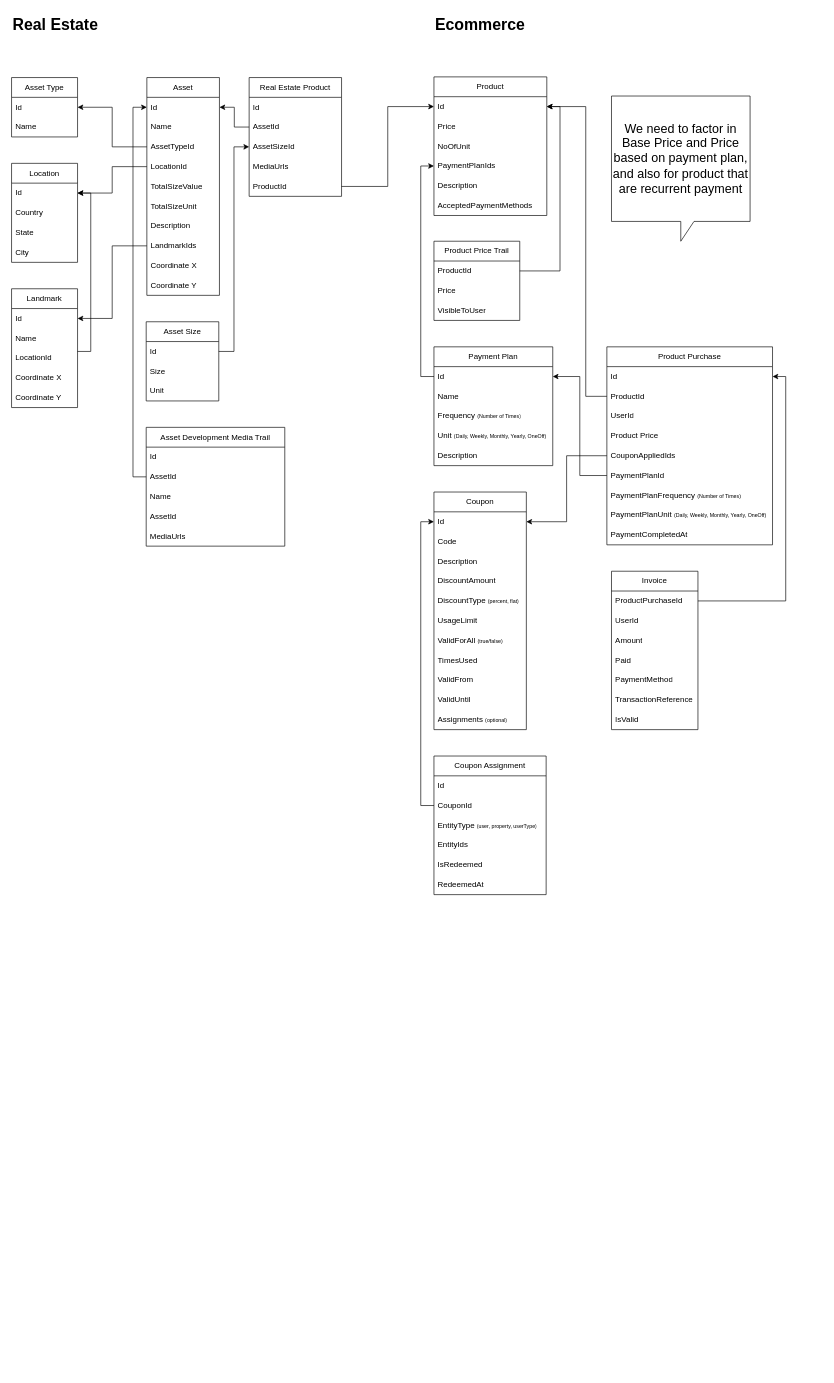
The draw.io diagram sellperty.drawio in isaac-code/diagrams, before the edit. Source tidied: cells renumbered, new cells numbered last; positions are measured from the earlier drawing's top-left corner, leaving out a move shared by most shapes. Both pictures are drawn from the tidied source at 66%, with x=0, y=0 at pixel (11, 11).
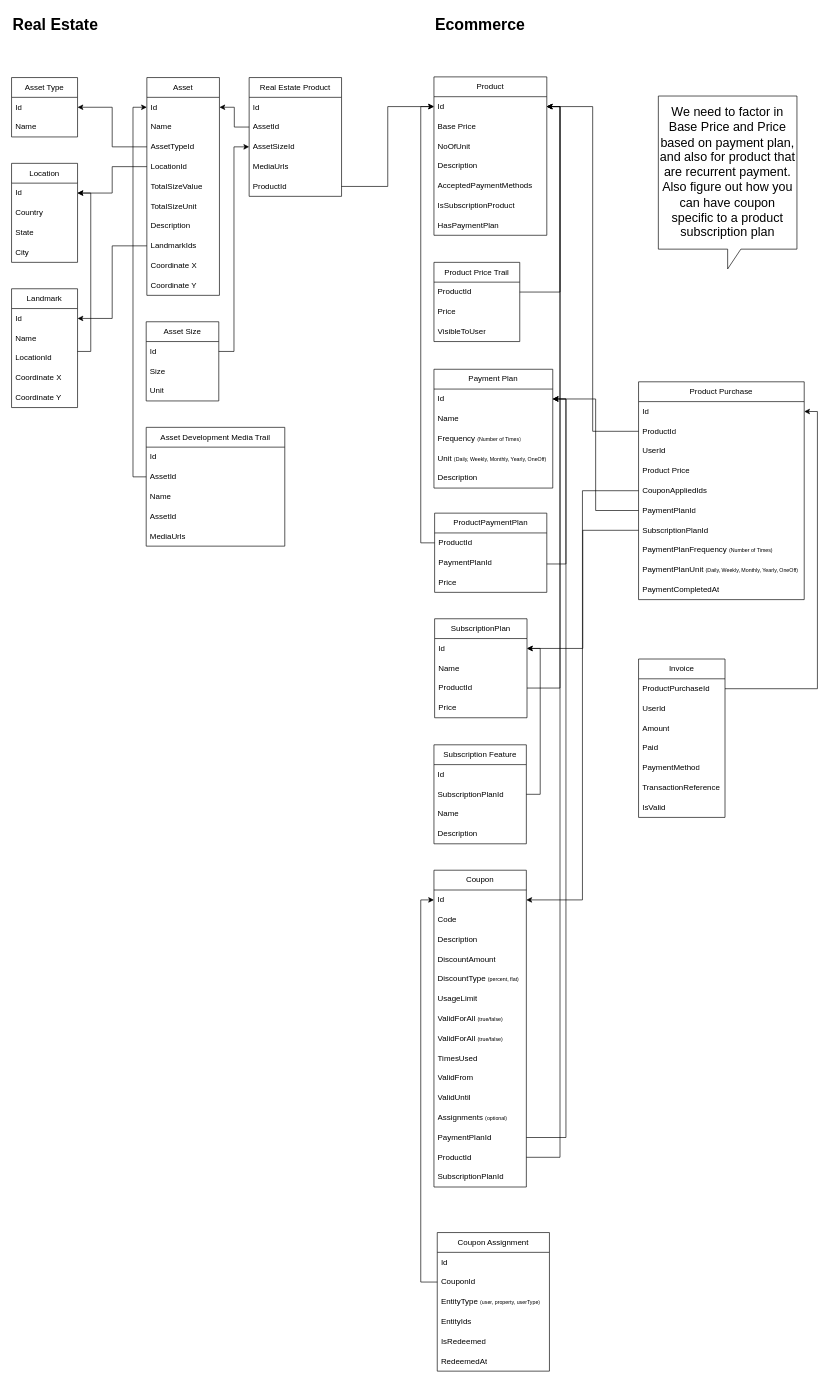
The same diagram, later.

Unchanged cells that the change refers to:
```xml
<mxCell id="32" value="Id" style="text;strokeColor=none;fillColor=none;align=left;verticalAlign=middle;spacingLeft=4;spacingRight=4;overflow=hidden;points=[[0,0.5],[1,0.5]];portConstraint=eastwest;whiteSpace=wrap;html=1;" parent="31" vertex="1">
  <mxGeometry y="30" width="171" height="30" as="geometry" />
</mxCell>
<mxCell id="39" value="Id" style="text;strokeColor=none;fillColor=none;align=left;verticalAlign=middle;spacingLeft=4;spacingRight=4;overflow=hidden;points=[[0,0.5],[1,0.5]];portConstraint=eastwest;whiteSpace=wrap;html=1;" parent="38" vertex="1">
  <mxGeometry y="30" width="180" height="30" as="geometry" />
</mxCell>
<mxCell id="54" value="ProductId" style="text;strokeColor=none;fillColor=none;align=left;verticalAlign=middle;spacingLeft=4;spacingRight=4;overflow=hidden;points=[[0,0.5],[1,0.5]];portConstraint=eastwest;whiteSpace=wrap;html=1;" parent="52" vertex="1">
  <mxGeometry y="60" width="251" height="30" as="geometry" />
</mxCell>
<mxCell id="57" value="CouponAppliedIds" style="text;strokeColor=none;fillColor=none;align=left;verticalAlign=middle;spacingLeft=4;spacingRight=4;overflow=hidden;points=[[0,0.5],[1,0.5]];portConstraint=eastwest;whiteSpace=wrap;html=1;" parent="52" vertex="1">
  <mxGeometry y="150" width="251" height="30" as="geometry" />
</mxCell>
<mxCell id="58" value="PaymentPlanId" style="text;strokeColor=none;fillColor=none;align=left;verticalAlign=middle;spacingLeft=4;spacingRight=4;overflow=hidden;points=[[0,0.5],[1,0.5]];portConstraint=eastwest;whiteSpace=wrap;html=1;" parent="52" vertex="1">
  <mxGeometry y="180" width="251" height="30" as="geometry" />
</mxCell>
<mxCell id="72" value="Id" style="text;strokeColor=none;fillColor=none;align=left;verticalAlign=middle;spacingLeft=4;spacingRight=4;overflow=hidden;points=[[0,0.5],[1,0.5]];portConstraint=eastwest;whiteSpace=wrap;html=1;" parent="71" vertex="1">
  <mxGeometry y="30" width="140" height="30" as="geometry" />
</mxCell>
```

What changed in the source:
```diff
@@
     <mxCell id="31" value="Product" style="swimlane;fontStyle=0;horizontal=1;startSize=30;whiteSpace=wrap;html=1;" parent="1" vertex="1">
-      <mxGeometry x="640" y="99" width="171" height="210" as="geometry" />
+      <mxGeometry x="640" y="99" width="171" height="240" as="geometry" />
     </mxCell>
@@
-    <mxCell id="33" value="Price" style="text;strokeColor=none;fillColor=none;align=left;verticalAlign=middle;spacingLeft=4;spacingRight=4;overflow=hidden;whiteSpace=wrap;html=1;" parent="31" vertex="1">
+    <mxCell id="33" value="Base Price" style="text;strokeColor=none;fillColor=none;align=left;verticalAlign=middle;spacingLeft=4;spacingRight=4;overflow=hidden;whiteSpace=wrap;html=1;" parent="31" vertex="1">
       <mxGeometry y="60" width="171" height="30" as="geometry" />
     </mxCell>
@@
-    <mxCell id="35" value="PaymentPlanIds" style="text;strokeColor=none;fillColor=none;align=left;verticalAlign=middle;spacingLeft=4;spacingRight=4;overflow=hidden;points=[[0,0.5],[1,0.5]];portConstraint=eastwest;whiteSpace=wrap;html=1;" parent="31" vertex="1">
-      <mxGeometry y="120" width="171" height="30" as="geometry" />
-    </mxCell>
     <mxCell id="36" value="Description" style="text;strokeColor=none;fillColor=none;align=left;verticalAlign=middle;spacingLeft=4;spacingRight=4;overflow=hidden;whiteSpace=wrap;html=1;" parent="31" vertex="1">
-      <mxGeometry y="150" width="171" height="30" as="geometry" />
+      <mxGeometry y="120" width="171" height="30" as="geometry" />
     </mxCell>
     <mxCell id="37" value="AcceptedPaymentMethods" style="text;strokeColor=none;fillColor=none;align=left;verticalAlign=middle;spacingLeft=4;spacingRight=4;overflow=hidden;whiteSpace=wrap;html=1;" parent="31" vertex="1">
-      <mxGeometry y="180" width="171" height="30" as="geometry" />
+      <mxGeometry y="150" width="171" height="30" as="geometry" />
     </mxCell>
+    <mxCell id="115" value="IsSubscriptionProduct" style="text;strokeColor=none;fillColor=none;align=left;verticalAlign=middle;spacingLeft=4;spacingRight=4;overflow=hidden;whiteSpace=wrap;html=1;" parent="31" vertex="1">
+      <mxGeometry y="180" width="171" height="30" as="geometry" />
+    </mxCell>
+    <mxCell id="116" value="HasPaymentPlan" style="text;strokeColor=none;fillColor=none;align=left;verticalAlign=middle;spacingLeft=4;spacingRight=4;overflow=hidden;whiteSpace=wrap;html=1;" parent="31" vertex="1">
+      <mxGeometry y="210" width="171" height="30" as="geometry" />
+    </mxCell>
     <mxCell id="38" value="Payment Plan" style="swimlane;fontStyle=0;horizontal=1;startSize=30;whiteSpace=wrap;html=1;" parent="1" vertex="1">
-      <mxGeometry x="640" y="508" width="180" height="180" as="geometry" />
+      <mxGeometry x="640" y="542" width="180" height="180" as="geometry" />
     </mxCell>
@@
     <mxCell id="44" value="Product Price Trail" style="swimlane;fontStyle=0;horizontal=1;startSize=30;whiteSpace=wrap;html=1;" parent="1" vertex="1">
-      <mxGeometry x="640" y="348" width="130" height="120" as="geometry" />
+      <mxGeometry x="640" y="380" width="130" height="120" as="geometry" />
     </mxCell>
@@
     <mxCell id="52" value="Product Purchase" style="swimlane;fontStyle=0;horizontal=1;startSize=30;whiteSpace=wrap;html=1;" parent="1" vertex="1">
-      <mxGeometry x="902" y="508" width="251" height="300" as="geometry" />
+      <mxGeometry x="950" y="561" width="251" height="330" as="geometry" />
     </mxCell>
@@
+    <mxCell id="117" value="SubscriptionPlanId" style="text;strokeColor=none;fillColor=none;align=left;verticalAlign=middle;spacingLeft=4;spacingRight=4;overflow=hidden;points=[[0,0.5],[1,0.5]];portConstraint=eastwest;whiteSpace=wrap;html=1;" parent="52" vertex="1">
+      <mxGeometry y="210" width="251" height="30" as="geometry" />
+    </mxCell>
     <mxCell id="59" value="PaymentPlanFrequency&amp;nbsp;&lt;font style=&quot;font-size: 8px;&quot;&gt;(Number of Times)&lt;/font&gt;" style="text;strokeColor=none;fillColor=none;align=left;verticalAlign=middle;spacingLeft=4;spacingRight=4;overflow=hidden;whiteSpace=wrap;html=1;" parent="52" vertex="1">
-      <mxGeometry y="210" width="251" height="30" as="geometry" />
+      <mxGeometry y="240" width="251" height="30" as="geometry" />
     </mxCell>
     <mxCell id="60" value="PaymentPlanUnit&amp;nbsp;&lt;font style=&quot;font-size: 8px;&quot;&gt;(Daily,&amp;nbsp;Weekly, Monthly, Yearly, OneOff)&lt;/font&gt;" style="text;strokeColor=none;fillColor=none;align=left;verticalAlign=middle;spacingLeft=4;spacingRight=4;overflow=hidden;whiteSpace=wrap;html=1;" parent="52" vertex="1">
-      <mxGeometry y="240" width="251" height="30" as="geometry" />
+      <mxGeometry y="270" width="251" height="30" as="geometry" />
     </mxCell>
     <mxCell id="61" value="PaymentCompletedAt" style="text;strokeColor=none;fillColor=none;align=left;verticalAlign=middle;spacingLeft=4;spacingRight=4;overflow=hidden;whiteSpace=wrap;html=1;" parent="52" vertex="1">
-      <mxGeometry y="270" width="251" height="30" as="geometry" />
+      <mxGeometry y="300" width="251" height="30" as="geometry" />
     </mxCell>
     <mxCell id="62" value="Invoice" style="swimlane;fontStyle=0;horizontal=1;startSize=30;whiteSpace=wrap;html=1;" parent="1" vertex="1">
-      <mxGeometry x="909" y="848" width="131" height="240" as="geometry" />
+      <mxGeometry x="950" y="981" width="131" height="240" as="geometry" />
     </mxCell>
@@
-    <mxCell id="70" style="edgeStyle=orthogonalEdgeStyle;rounded=0;jettySize=auto;html=1;entryX=1;entryY=0.5;entryDx=0;entryDy=0;" parent="1" edge="1" source="58" target="39">
-      <mxGeometry relative="1" as="geometry" />
-    </mxCell>
     <mxCell id="71" value="Coupon" style="swimlane;fontStyle=0;horizontal=1;startSize=30;whiteSpace=wrap;html=1;" parent="1" vertex="1">
-      <mxGeometry x="640" y="728" width="140" height="360" as="geometry" />
+      <mxGeometry x="640" y="1301" width="140" height="480" as="geometry" />
     </mxCell>
@@
+    <mxCell id="118" value="ValidForAll &lt;font style=&quot;font-size: 8px;&quot;&gt;(true/false)&lt;/font&gt;" style="text;strokeColor=none;fillColor=none;align=left;verticalAlign=middle;spacingLeft=4;spacingRight=4;overflow=hidden;whiteSpace=wrap;html=1;" parent="71" vertex="1">
+      <mxGeometry y="240" width="140" height="30" as="geometry" />
+    </mxCell>
     <mxCell id="79" value="TimesUsed" style="text;strokeColor=none;fillColor=none;align=left;verticalAlign=middle;spacingLeft=4;spacingRight=4;overflow=hidden;whiteSpace=wrap;html=1;" parent="71" vertex="1">
-      <mxGeometry y="240" width="140" height="30" as="geometry" />
+      <mxGeometry y="270" width="140" height="30" as="geometry" />
     </mxCell>
     <mxCell id="80" value="ValidFrom" style="text;strokeColor=none;fillColor=none;align=left;verticalAlign=middle;spacingLeft=4;spacingRight=4;overflow=hidden;whiteSpace=wrap;html=1;" parent="71" vertex="1">
-      <mxGeometry y="270" width="140" height="30" as="geometry" />
+      <mxGeometry y="300" width="140" height="30" as="geometry" />
     </mxCell>
     <mxCell id="81" value="ValidUntil" style="text;strokeColor=none;fillColor=none;align=left;verticalAlign=middle;spacingLeft=4;spacingRight=4;overflow=hidden;whiteSpace=wrap;html=1;" parent="71" vertex="1">
-      <mxGeometry y="300" width="140" height="30" as="geometry" />
+      <mxGeometry y="330" width="140" height="30" as="geometry" />
     </mxCell>
     <mxCell id="82" value="Assignments &lt;font style=&quot;font-size: 8px;&quot;&gt;(optional)&lt;/font&gt;" style="text;strokeColor=none;fillColor=none;align=left;verticalAlign=middle;spacingLeft=4;spacingRight=4;overflow=hidden;whiteSpace=wrap;html=1;" parent="71" vertex="1">
-      <mxGeometry y="330" width="140" height="30" as="geometry" />
+      <mxGeometry y="360" width="140" height="30" as="geometry" />
     </mxCell>
+    <mxCell id="119" value="PaymentPlanId" style="text;strokeColor=none;fillColor=none;align=left;verticalAlign=middle;spacingLeft=4;spacingRight=4;overflow=hidden;points=[[0,0.5],[1,0.5]];portConstraint=eastwest;whiteSpace=wrap;html=1;" parent="71" vertex="1">
+      <mxGeometry y="390" width="140" height="30" as="geometry" />
+    </mxCell>
+    <mxCell id="120" value="ProductId" style="text;strokeColor=none;fillColor=none;align=left;verticalAlign=middle;spacingLeft=4;spacingRight=4;overflow=hidden;points=[[0,0.5],[1,0.5]];portConstraint=eastwest;whiteSpace=wrap;html=1;" parent="71" vertex="1">
+      <mxGeometry y="420" width="140" height="30" as="geometry" />
+    </mxCell>
+    <mxCell id="121" value="SubscriptionPlanId" style="text;strokeColor=none;fillColor=none;align=left;verticalAlign=middle;spacingLeft=4;spacingRight=4;overflow=hidden;whiteSpace=wrap;html=1;" parent="71" vertex="1">
+      <mxGeometry y="450" width="140" height="30" as="geometry" />
+    </mxCell>
     <mxCell id="83" value="Coupon Assignment" style="swimlane;fontStyle=0;horizontal=1;startSize=30;whiteSpace=wrap;html=1;" parent="1" vertex="1">
-      <mxGeometry x="640" y="1128" width="170" height="210" as="geometry" />
+      <mxGeometry x="645" y="1850" width="170" height="210" as="geometry" />
     </mxCell>
@@
-    <mxCell id="91" style="edgeStyle=orthogonalEdgeStyle;rounded=0;jettySize=auto;html=1;entryX=1;entryY=0.5;entryDx=0;entryDy=0;" parent="1" edge="1" source="57" target="72">
-      <mxGeometry relative="1" as="geometry" />
-    </mxCell>
@@
-    <mxCell id="101" style="edgeStyle=orthogonalEdgeStyle;rounded=0;jettySize=auto;html=1;entryX=1;entryY=0.5;entryDx=0;entryDy=0;" parent="1" edge="1" source="54" target="32">
-      <mxGeometry relative="1" as="geometry">
-        <Array as="points">
-          <mxPoint x="870" y="583" />
-          <mxPoint x="870" y="144" />
-        </Array>
-      </mxGeometry>
-    </mxCell>
@@
-    <mxCell id="109" style="edgeStyle=orthogonalEdgeStyle;rounded=0;jettySize=auto;html=1;entryX=0;entryY=0.5;entryDx=0;entryDy=0;" parent="1" edge="1" source="39" target="35">
-      <mxGeometry relative="1" as="geometry" />
-    </mxCell>
@@
-    <mxCell id="114" value="&lt;font style=&quot;font-size: 19px;&quot;&gt;We need to factor in Base Price and Price based on payment plan, and also for product that are recurrent payment&lt;/font&gt;" style="shape=callout;whiteSpace=wrap;html=1;perimeter=calloutPerimeter;" parent="1" vertex="1">
-      <mxGeometry x="909" y="128" width="210" height="220" as="geometry" />
+    <mxCell id="114" value="&lt;font style=&quot;font-size: 19px;&quot;&gt;We need to factor in Base Price and Price based on payment plan, and also for product that are recurrent payment. Also figure out how you can have coupon specific to a product subscription plan&lt;/font&gt;" style="shape=callout;whiteSpace=wrap;html=1;perimeter=calloutPerimeter;" parent="1" vertex="1">
+      <mxGeometry x="980" y="128" width="210" height="262" as="geometry" />
     </mxCell>
+    <mxCell id="122" value="ProductPaymentPlan" style="swimlane;fontStyle=0;horizontal=1;startSize=30;whiteSpace=wrap;html=1;" parent="1" vertex="1">
+      <mxGeometry x="641" y="760" width="170" height="120" as="geometry" />
+    </mxCell>
+    <mxCell id="123" value="ProductId" style="text;strokeColor=none;fillColor=none;align=left;verticalAlign=middle;spacingLeft=4;spacingRight=4;overflow=hidden;points=[[0,0.5],[1,0.5]];portConstraint=eastwest;whiteSpace=wrap;html=1;" parent="122" vertex="1">
+      <mxGeometry y="30" width="170" height="30" as="geometry" />
+    </mxCell>
+    <mxCell id="124" value="PaymentPlanId" style="text;strokeColor=none;fillColor=none;align=left;verticalAlign=middle;spacingLeft=4;spacingRight=4;overflow=hidden;points=[[0,0.5],[1,0.5]];portConstraint=eastwest;whiteSpace=wrap;html=1;" parent="122" vertex="1">
+      <mxGeometry y="60" width="170" height="30" as="geometry" />
+    </mxCell>
+    <mxCell id="125" value="Price" style="text;strokeColor=none;fillColor=none;align=left;verticalAlign=middle;spacingLeft=4;spacingRight=4;overflow=hidden;whiteSpace=wrap;html=1;" parent="122" vertex="1">
+      <mxGeometry y="90" width="170" height="30" as="geometry" />
+    </mxCell>
+    <mxCell id="126" style="edgeStyle=orthogonalEdgeStyle;rounded=0;jettySize=auto;html=1;entryX=0;entryY=0.5;entryDx=0;entryDy=0;" parent="1" edge="1" source="123" target="32">
+      <mxGeometry relative="1" as="geometry" />
+    </mxCell>
+    <mxCell id="127" style="edgeStyle=orthogonalEdgeStyle;rounded=0;jettySize=auto;html=1;entryX=1;entryY=0.5;entryDx=0;entryDy=0;" parent="1" edge="1" source="124" target="39">
+      <mxGeometry relative="1" as="geometry">
+        <Array as="points">
+          <mxPoint x="840" y="837" />
+          <mxPoint x="840" y="587" />
+        </Array>
+      </mxGeometry>
+    </mxCell>
+    <mxCell id="70" style="edgeStyle=orthogonalEdgeStyle;rounded=0;jettySize=auto;html=1;entryX=1;entryY=0.5;entryDx=0;entryDy=0;" parent="1" edge="1" source="58" target="39">
+      <mxGeometry relative="1" as="geometry" />
+    </mxCell>
+    <mxCell id="128" value="SubscriptionPlan" style="swimlane;fontStyle=0;horizontal=1;startSize=30;whiteSpace=wrap;html=1;" parent="1" vertex="1">
+      <mxGeometry x="641" y="920" width="140" height="150" as="geometry" />
+    </mxCell>
+    <mxCell id="129" value="Id" style="text;strokeColor=none;fillColor=none;align=left;verticalAlign=middle;spacingLeft=4;spacingRight=4;overflow=hidden;points=[[0,0.5],[1,0.5]];portConstraint=eastwest;whiteSpace=wrap;html=1;" parent="128" vertex="1">
+      <mxGeometry y="30" width="140" height="30" as="geometry" />
+    </mxCell>
+    <mxCell id="130" value="Name" style="text;strokeColor=none;fillColor=none;align=left;verticalAlign=middle;spacingLeft=4;spacingRight=4;overflow=hidden;whiteSpace=wrap;html=1;" parent="128" vertex="1">
+      <mxGeometry y="60" width="140" height="30" as="geometry" />
+    </mxCell>
+    <mxCell id="131" value="ProductId" style="text;strokeColor=none;fillColor=none;align=left;verticalAlign=middle;spacingLeft=4;spacingRight=4;overflow=hidden;points=[[0,0.5],[1,0.5]];portConstraint=eastwest;whiteSpace=wrap;html=1;" parent="128" vertex="1">
+      <mxGeometry y="90" width="140" height="30" as="geometry" />
+    </mxCell>
+    <mxCell id="132" value="Price" style="text;strokeColor=none;fillColor=none;align=left;verticalAlign=middle;spacingLeft=4;spacingRight=4;overflow=hidden;whiteSpace=wrap;html=1;" parent="128" vertex="1">
+      <mxGeometry y="120" width="140" height="30" as="geometry" />
+    </mxCell>
+    <mxCell id="133" style="edgeStyle=orthogonalEdgeStyle;rounded=0;jettySize=auto;html=1;entryX=1;entryY=0.5;entryDx=0;entryDy=0;" parent="1" edge="1" source="131" target="32">
+      <mxGeometry relative="1" as="geometry" />
+    </mxCell>
+    <mxCell id="134" value="Subscription Feature" style="swimlane;fontStyle=0;horizontal=1;startSize=30;whiteSpace=wrap;html=1;" parent="1" vertex="1">
+      <mxGeometry x="640" y="1111" width="140" height="150" as="geometry" />
+    </mxCell>
+    <mxCell id="135" value="Id" style="text;strokeColor=none;fillColor=none;align=left;verticalAlign=middle;spacingLeft=4;spacingRight=4;overflow=hidden;whiteSpace=wrap;html=1;" parent="134" vertex="1">
+      <mxGeometry y="30" width="140" height="30" as="geometry" />
+    </mxCell>
+    <mxCell id="136" value="SubscriptionPlanId" style="text;strokeColor=none;fillColor=none;align=left;verticalAlign=middle;spacingLeft=4;spacingRight=4;overflow=hidden;points=[[0,0.5],[1,0.5]];portConstraint=eastwest;whiteSpace=wrap;html=1;" parent="134" vertex="1">
+      <mxGeometry y="60" width="140" height="30" as="geometry" />
+    </mxCell>
+    <mxCell id="137" value="Name" style="text;strokeColor=none;fillColor=none;align=left;verticalAlign=middle;spacingLeft=4;spacingRight=4;overflow=hidden;whiteSpace=wrap;html=1;" parent="134" vertex="1">
+      <mxGeometry y="90" width="140" height="30" as="geometry" />
+    </mxCell>
+    <mxCell id="138" value="Description" style="text;strokeColor=none;fillColor=none;align=left;verticalAlign=middle;spacingLeft=4;spacingRight=4;overflow=hidden;whiteSpace=wrap;html=1;" parent="134" vertex="1">
+      <mxGeometry y="120" width="140" height="30" as="geometry" />
+    </mxCell>
+    <mxCell id="139" style="edgeStyle=orthogonalEdgeStyle;rounded=0;jettySize=auto;html=1;entryX=1;entryY=0.5;entryDx=0;entryDy=0;" parent="1" edge="1" source="136" target="129">
+      <mxGeometry relative="1" as="geometry" />
+    </mxCell>
+    <mxCell id="140" style="edgeStyle=orthogonalEdgeStyle;rounded=0;jettySize=auto;html=1;entryX=1;entryY=0.5;entryDx=0;entryDy=0;" parent="1" edge="1" source="117" target="129">
+      <mxGeometry relative="1" as="geometry" />
+    </mxCell>
+    <mxCell id="141" style="edgeStyle=orthogonalEdgeStyle;rounded=0;jettySize=auto;html=1;entryX=1;entryY=0.5;entryDx=0;entryDy=0;" parent="1" edge="1" source="119" target="39">
+      <mxGeometry relative="1" as="geometry" />
+    </mxCell>
+    <mxCell id="142" style="edgeStyle=orthogonalEdgeStyle;rounded=0;jettySize=auto;html=1;entryX=1;entryY=0.5;entryDx=0;entryDy=0;" parent="1" edge="1" source="120" target="32">
+      <mxGeometry relative="1" as="geometry" />
+    </mxCell>
+    <mxCell id="91" style="edgeStyle=orthogonalEdgeStyle;rounded=0;jettySize=auto;html=1;entryX=1;entryY=0.5;entryDx=0;entryDy=0;" parent="1" edge="1" source="57" target="72">
+      <mxGeometry relative="1" as="geometry" />
+    </mxCell>
+    <mxCell id="101" style="edgeStyle=orthogonalEdgeStyle;rounded=0;jettySize=auto;html=1;entryX=1;entryY=0.5;entryDx=0;entryDy=0;" parent="1" edge="1" source="54" target="32">
+      <mxGeometry relative="1" as="geometry" />
+    </mxCell>
```
